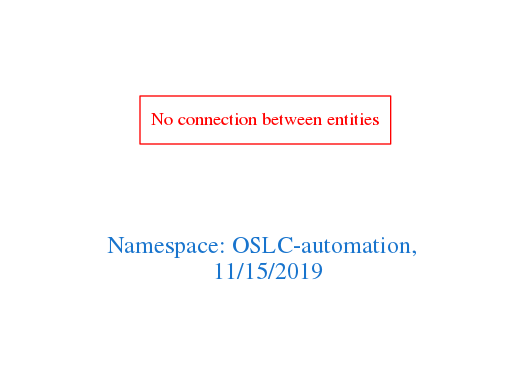
This is downloads/OSLC-automation.png from arago/OGIT, a Graphviz export, as it was before one commit. Its source is kept beside it as downloads/OSLC-automation.dot.
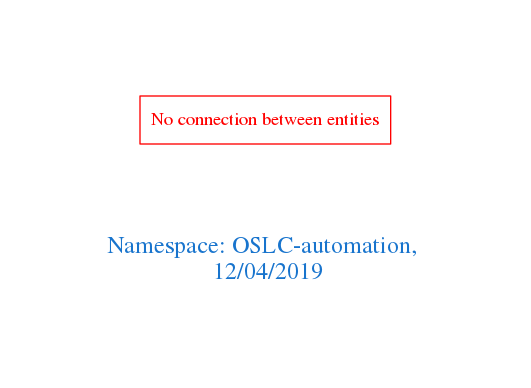
Later version of the same file.

Diff of the diagram source:
```diff
@@ -1,7 +1,7 @@
 digraph OGIT_ontology {
  graph [ rankdir= LR,pad=1
 fontsize = 18,
-fontcolor= dodgerblue3,label = "\n\n\nNamespace: OSLC-automation, \n 11/15/2019"];
+fontcolor= dodgerblue3,label = "\n\n\nNamespace: OSLC-automation, \n 12/04/2019"];
 node[shape=polygon];
 edge [  color="gray81"];
 
```
